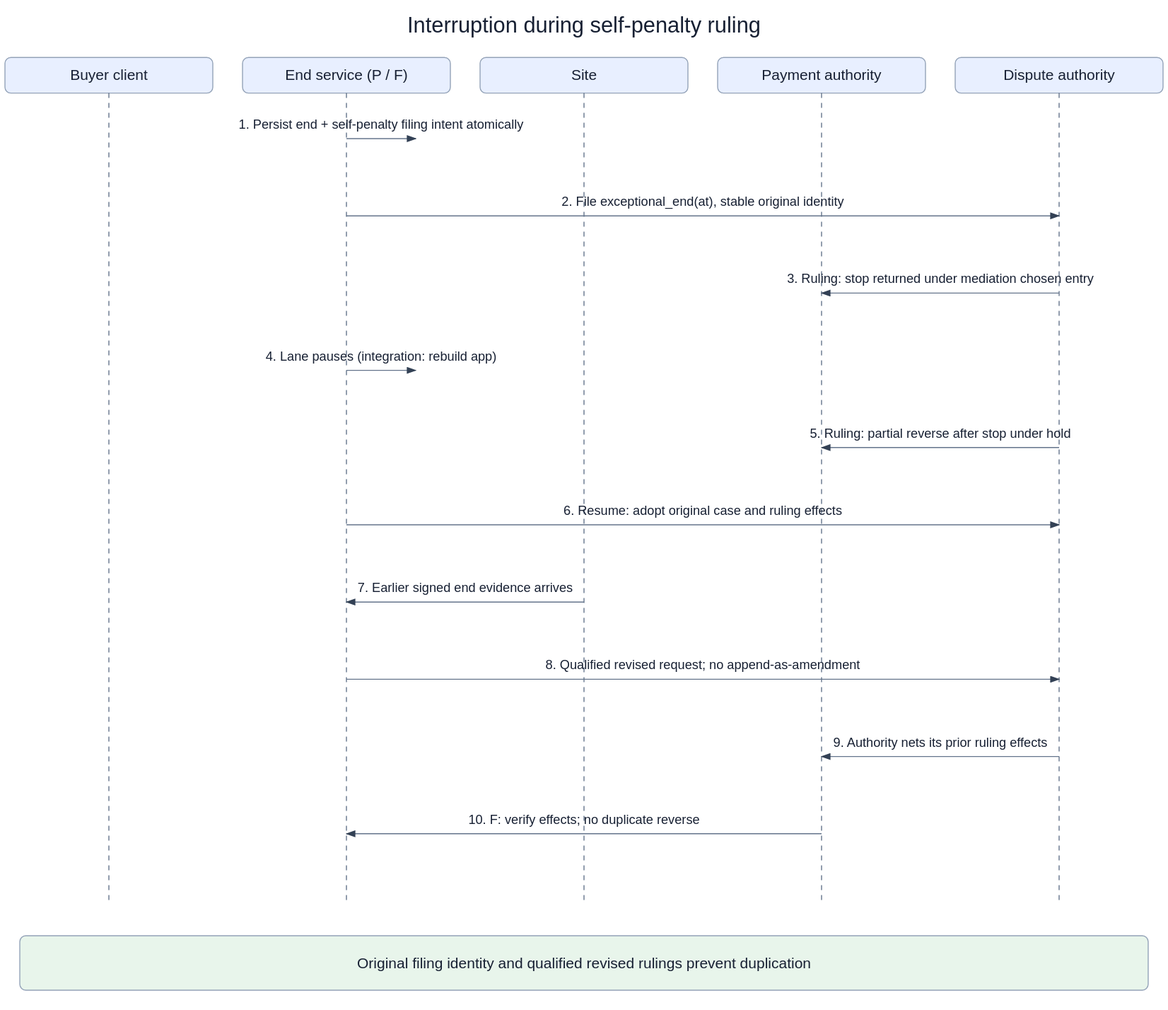
This is openspec/changes/converge-ongoing-compute-leases/diagrams/03-crash-during-case-effects.svg from arkhai-io/simple-compute-market, a draw.io export, as it was before one commit. Source tidied: cells renumbered, new cells last; positions are measured from the earlier drawing's top-left corner, leaving out a move shared by most shapes.
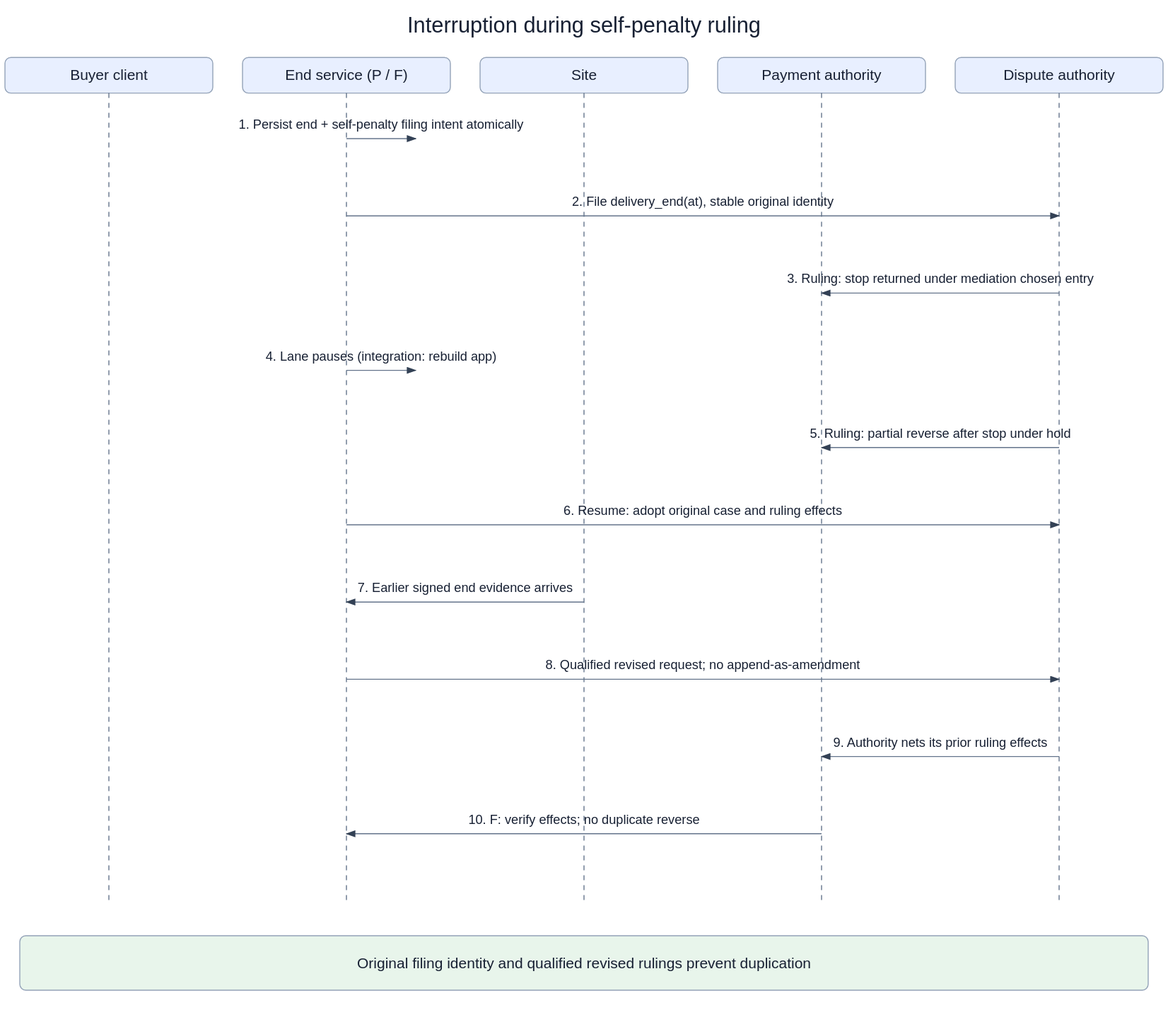
The same diagram one commit later.

The edit, as a diff of the source:
```diff
@@ -56,7 +56,7 @@
         <mxPoint x="415" y="130" as="targetPoint" />
       </mxGeometry>
     </mxCell>
-    <mxCell id="14" value="2. File exceptional_end(at), stable original identity" style="endArrow=block;fontSize=13;labelBackgroundColor=#ffffff;" parent="1" edge="1">
+    <mxCell id="14" value="2. File delivery_end(at), stable original identity" style="endArrow=block;fontSize=13;labelBackgroundColor=#ffffff;" parent="1" edge="1">
       <mxGeometry relative="1" as="geometry">
         <mxPoint x="345" y="208" as="sourcePoint" />
         <mxPoint x="1065" y="208" as="targetPoint" />
```
